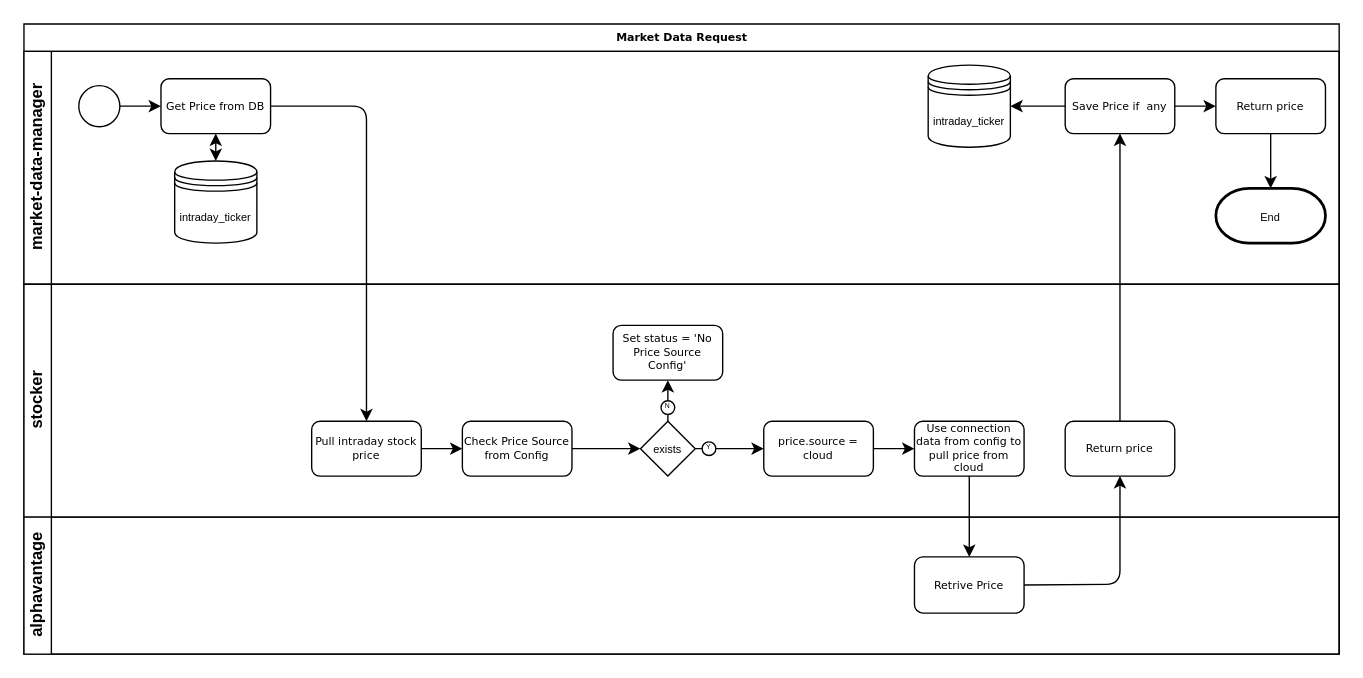
RicardoVCDev/flowcharts keeps this draw.io diagram as market-data/Untitled Diagram.drawio. Above is the earlier version. Source tidied: cells renumbered, new cells numbered last; positions are measured from the earlier drawing's top-left corner, leaving out a move shared by most shapes. Both pictures are drawn from the tidied source at 137%, with x=0, y=0 at pixel (23, 23).
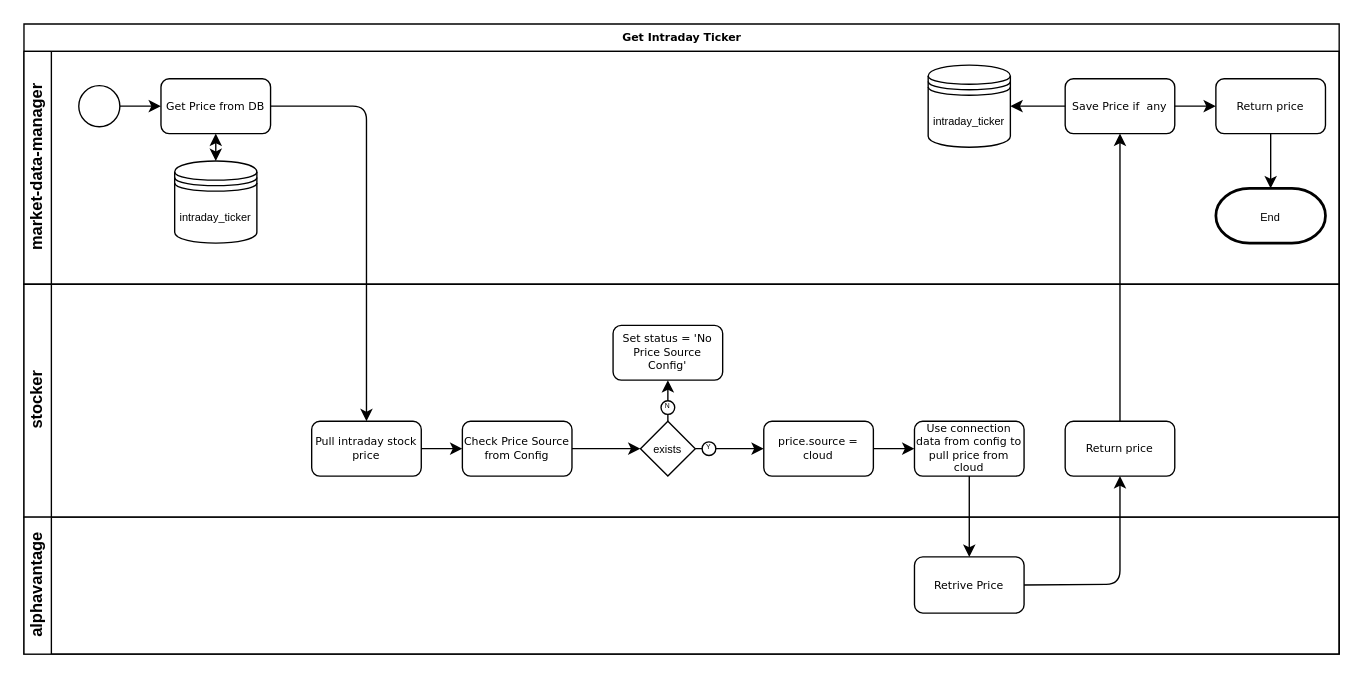
Above is the later version.

The edit, as a diff of the source:
```diff
@@
-    <mxCell id="2" value="Market Data Request" style="swimlane;html=1;horizontal=1;startSize=20;rounded=0;shadow=0;labelBackgroundColor=none;strokeWidth=1;fontFamily=Verdana;fontSize=8;align=center;" parent="1" vertex="1">
+    <mxCell id="2" value="Get Intraday Ticker" style="swimlane;html=1;horizontal=1;startSize=20;rounded=0;shadow=0;labelBackgroundColor=none;strokeWidth=1;fontFamily=Verdana;fontSize=8;align=center;" parent="1" vertex="1">
       <mxGeometry width="960" height="460" as="geometry" />
     </mxCell>
```
